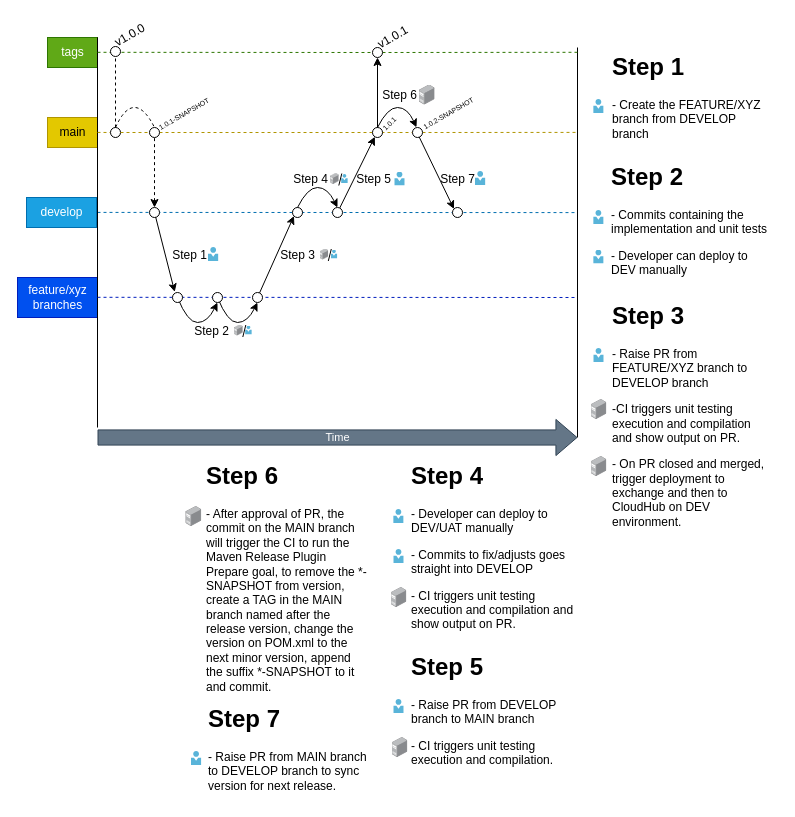
This is page "New feature in existing API" (2 of 4) of docs/Branching Strategy-v2.drawio from IzinCompany/company-sapi, a draw.io file, before an edit. Source tidied: cells renumbered, new cells numbered last; positions are measured from the earlier drawing's top-left corner, leaving out a move shared by most shapes. Both pictures are drawn from the tidied source at 100%, with x=0, y=0 at pixel (17, 27).
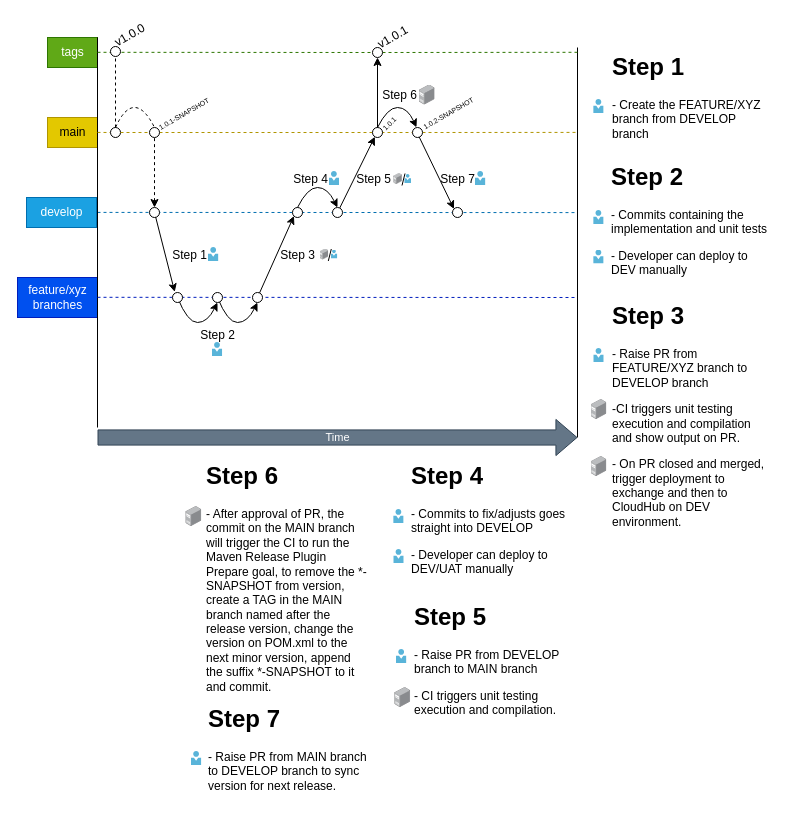
After the change.

The edit, as a diff of the source:
```diff
@@
     <mxCell id="18" value="Step 2" style="text;html=1;strokeColor=none;fillColor=none;align=center;verticalAlign=middle;whiteSpace=wrap;rounded=0;" parent="1" vertex="1">
-      <mxGeometry x="172" y="296" width="45" height="15" as="geometry" />
+      <mxGeometry x="177.5" y="300" width="45" height="15" as="geometry" />
     </mxCell>
@@
-    <mxCell id="55" value="&lt;h1&gt;Step 4&lt;/h1&gt;&lt;p&gt;- Developer can deploy to DEV/UAT manually&lt;/p&gt;&lt;p&gt;- Commits to fix/adjusts goes straight into DEVELOP&lt;/p&gt;&lt;p&gt;- CI triggers unit testing execution and compilation and show output on PR.&lt;br&gt;&lt;/p&gt;" style="text;html=1;strokeColor=none;fillColor=none;spacing=5;spacingTop=-20;whiteSpace=wrap;overflow=hidden;rounded=0;" parent="1" vertex="1">
-      <mxGeometry x="389.3" y="429" width="170.7" height="200" as="geometry" />
+    <mxCell id="55" value="&lt;h1&gt;Step 4&lt;/h1&gt;- Commits to fix/adjusts goes straight into DEVELOP&lt;p&gt;- Developer can deploy to DEV/UAT manually&lt;/p&gt;" style="text;html=1;strokeColor=none;fillColor=none;spacing=5;spacingTop=-20;whiteSpace=wrap;overflow=hidden;rounded=0;" parent="1" vertex="1">
+      <mxGeometry x="389.3" y="429" width="170.7" height="121" as="geometry" />
     </mxCell>
@@
-    <mxCell id="65" style="image;html=1;align=center;shadow=0;dashed=0;image=img/lib/allied_telesis/computer_and_terminals/Server_Desktop.svg;" parent="1" vertex="1">
-      <mxGeometry x="373.5" y="560" width="15.8" height="20" as="geometry" />
-    </mxCell>
@@
     <mxCell id="70" style="image;sketch=0;html=1;align=center;fontSize=12;image=img/lib/mscae/Person.svg;" parent="1" vertex="1">
-      <mxGeometry x="376.3" y="672" width="10.4" height="14" as="geometry" />
+      <mxGeometry x="379" y="622" width="10.4" height="14" as="geometry" />
     </mxCell>
@@
     <mxCell id="73" value="&lt;h1&gt;Step 5&lt;/h1&gt;&lt;p&gt;- Raise PR from DEVELOP branch to MAIN branch&lt;/p&gt;&lt;p&gt;&lt;span style=&quot;background-color: initial;&quot;&gt;- CI triggers unit testing execution and compilation.&amp;nbsp;&lt;/span&gt;&lt;br&gt;&lt;/p&gt;&lt;p&gt;&lt;br&gt;&lt;/p&gt;" style="text;html=1;strokeColor=none;fillColor=none;spacing=5;spacingTop=-20;whiteSpace=wrap;overflow=hidden;rounded=0;" parent="1" vertex="1">
-      <mxGeometry x="389.3" y="620" width="170.7" height="130" as="geometry" />
+      <mxGeometry x="392.1" y="570" width="170.7" height="130" as="geometry" />
     </mxCell>
@@
     <mxCell id="75" style="image;sketch=0;html=1;align=center;fontSize=12;image=img/lib/mscae/Person.svg;" parent="1" vertex="1">
-      <mxGeometry x="377.3" y="144.5" width="10.4" height="14" as="geometry" />
+      <mxGeometry x="311.7" y="144" width="10.4" height="14" as="geometry" />
     </mxCell>
-    <mxCell id="76" style="image;sketch=0;html=1;align=center;fontSize=12;image=img/lib/mscae/Person.svg;" parent="1" vertex="1">
-      <mxGeometry x="228.1" y="298.5" width="6.7" height="9" as="geometry" />
-    </mxCell>
-    <mxCell id="77" style="image;html=1;align=center;shadow=0;dashed=0;image=img/lib/allied_telesis/computer_and_terminals/Server_Desktop.svg;" parent="1" vertex="1">
-      <mxGeometry x="217" y="297.5" width="8.7" height="11" as="geometry" />
-    </mxCell>
-    <mxCell id="78" style="endArrow=none;html=1;rounded=0;" parent="1" edge="1">
-      <mxGeometry relative="1" as="geometry">
-        <mxPoint x="225.3" y="309.5" as="sourcePoint" />
-        <mxPoint x="228.3" y="297.5" as="targetPoint" />
-      </mxGeometry>
-    </mxCell>
     <mxCell id="79" style="image;sketch=0;html=1;align=center;fontSize=12;image=img/lib/mscae/Person.svg;" parent="1" vertex="1">
-      <mxGeometry x="324.1" y="147" width="6.7" height="9" as="geometry" />
+      <mxGeometry x="387.3" y="147" width="6.7" height="9" as="geometry" />
     </mxCell>
     <mxCell id="80" style="image;html=1;align=center;shadow=0;dashed=0;image=img/lib/allied_telesis/computer_and_terminals/Server_Desktop.svg;" parent="1" vertex="1">
-      <mxGeometry x="313" y="146" width="8.7" height="11" as="geometry" />
+      <mxGeometry x="376.2" y="146" width="8.7" height="11" as="geometry" />
     </mxCell>
     <mxCell id="81" style="endArrow=none;html=1;rounded=0;" parent="1" edge="1">
       <mxGeometry relative="1" as="geometry">
-        <mxPoint x="321.3" y="158" as="sourcePoint" />
-        <mxPoint x="324.3" y="146" as="targetPoint" />
+        <mxPoint x="384.5" y="158" as="sourcePoint" />
+        <mxPoint x="387.5" y="146" as="targetPoint" />
       </mxGeometry>
     </mxCell>
@@
     <mxCell id="86" style="image;html=1;align=center;shadow=0;dashed=0;image=img/lib/allied_telesis/computer_and_terminals/Server_Desktop.svg;" parent="1" vertex="1">
-      <mxGeometry x="374.5" y="710" width="15.8" height="20" as="geometry" />
+      <mxGeometry x="377.3" y="660" width="15.8" height="20" as="geometry" />
     </mxCell>
+    <mxCell id="87" style="image;sketch=0;html=1;align=center;fontSize=12;image=img/lib/mscae/Person.svg;" parent="1" vertex="1">
+      <mxGeometry x="194.8" y="315" width="10.4" height="14" as="geometry" />
+    </mxCell>
```
